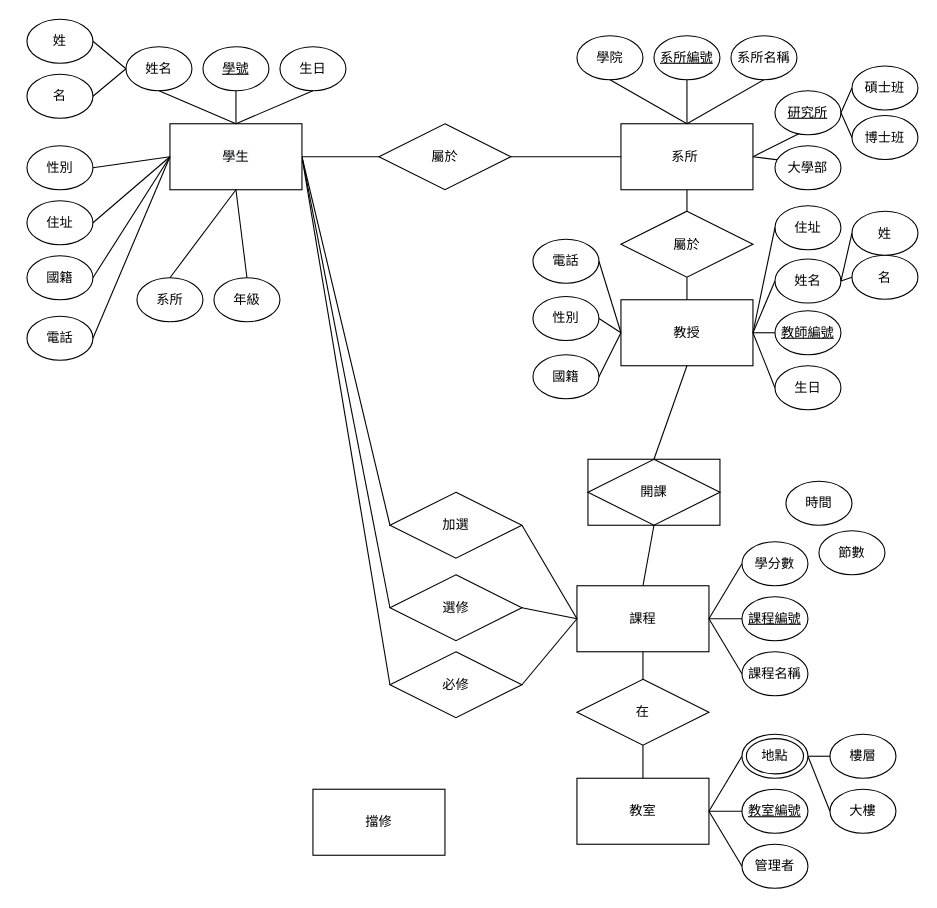
Above: BIG DATA ANALYTICS/HW.drawio in jack41402/FCU (draw.io), before the change. Source tidied: cells renumbered, new cells numbered last; positions are measured from the earlier drawing's top-left corner, leaving out a move shared by most shapes. Both pictures are drawn from the tidied source at 110%, with x=0, y=0 at pixel (26, 19).
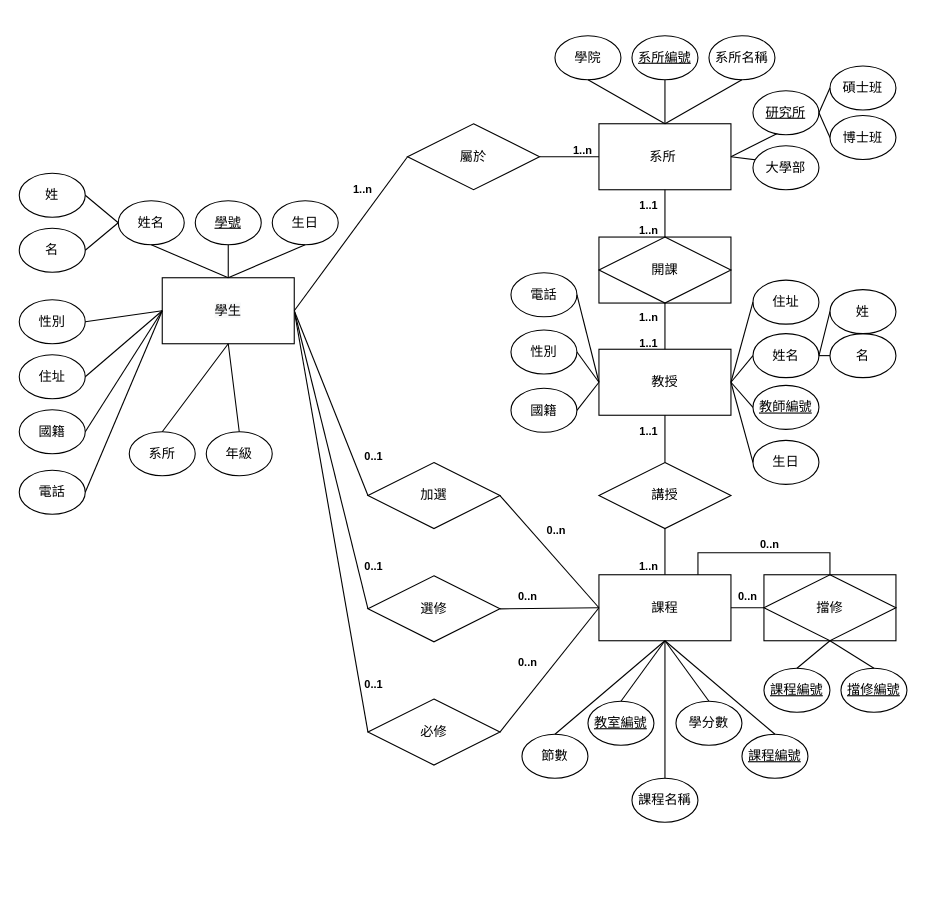
The same diagram, later.

What changed in the source:
```diff
@@
     <mxCell id="2" value="系所&amp;nbsp;" style="rounded=0;whiteSpace=wrap;html=1;" parent="1" vertex="1">
-      <mxGeometry x="540" y="95" width="120" height="60" as="geometry" />
+      <mxGeometry x="520" y="95" width="120" height="60" as="geometry" />
     </mxCell>
     <mxCell id="3" value="教授" style="rounded=0;whiteSpace=wrap;html=1;" parent="1" vertex="1">
-      <mxGeometry x="540" y="255" width="120" height="60" as="geometry" />
+      <mxGeometry x="520" y="300" width="120" height="60" as="geometry" />
     </mxCell>
-    <mxCell id="4" value="開課" style="shape=associativeEntity;whiteSpace=wrap;html=1;align=center;" parent="1" vertex="1">
-      <mxGeometry x="510" y="400" width="120" height="60" as="geometry" />
-    </mxCell>
-    <mxCell id="5" value="教室" style="rounded=0;whiteSpace=wrap;html=1;" parent="1" vertex="1">
-      <mxGeometry x="500" y="690" width="120" height="60" as="geometry" />
-    </mxCell>
-    <mxCell id="6" style="endArrow=none;html=1;rounded=0;entryX=0.5;entryY=1;entryDx=0;entryDy=0;exitX=0.5;exitY=0;exitDx=0;exitDy=0;" parent="1" edge="1" source="61" target="2">
+    <mxCell id="6" style="endArrow=none;html=1;rounded=0;entryX=0.5;entryY=1;entryDx=0;entryDy=0;exitX=0.5;exitY=0;exitDx=0;exitDy=0;" parent="1" edge="1" source="4" target="2">
       <mxGeometry relative="1" as="geometry" />
     </mxCell>
-    <mxCell id="7" style="endArrow=none;html=1;rounded=0;exitX=0.5;exitY=0;exitDx=0;exitDy=0;entryX=0.5;entryY=1;entryDx=0;entryDy=0;" parent="1" edge="1" source="4" target="3">
+    <mxCell id="7" style="endArrow=none;html=1;rounded=0;entryX=0.5;entryY=1;entryDx=0;entryDy=0;exitX=0.5;exitY=0;exitDx=0;exitDy=0;" parent="1" edge="1" source="105" target="3">
       <mxGeometry relative="1" as="geometry" />
     </mxCell>
     <mxCell id="8" value="選修" style="rhombus;whiteSpace=wrap;html=1;" parent="1" vertex="1">
-      <mxGeometry x="330" y="505" width="120" height="60" as="geometry" />
+      <mxGeometry x="310" y="506" width="120" height="60" as="geometry" />
     </mxCell>
     <mxCell id="9" value="學院" style="ellipse;whiteSpace=wrap;html=1;" parent="1" vertex="1">
-      <mxGeometry x="500" y="15" width="60" height="40" as="geometry" />
+      <mxGeometry x="480" y="15" width="60" height="40" as="geometry" />
     </mxCell>
     <mxCell id="10" value="姓名" style="ellipse;whiteSpace=wrap;html=1;" parent="1" vertex="1">
-      <mxGeometry x="680" y="218" width="60" height="40" as="geometry" />
+      <mxGeometry x="660" y="285.8" width="60" height="40" as="geometry" />
     </mxCell>
     <mxCell id="11" value="名" style="ellipse;whiteSpace=wrap;html=1;" parent="1" vertex="1">
-      <mxGeometry x="750" y="214.5" width="60" height="40" as="geometry" />
+      <mxGeometry x="730" y="285.8" width="60" height="40" as="geometry" />
     </mxCell>
     <mxCell id="12" value="姓" style="ellipse;whiteSpace=wrap;html=1;" parent="1" vertex="1">
-      <mxGeometry x="750" y="174.5" width="60" height="40" as="geometry" />
+      <mxGeometry x="730" y="245.8" width="60" height="40" as="geometry" />
     </mxCell>
@@
     <mxCell id="15" style="endArrow=none;html=1;rounded=0;entryX=1;entryY=0.5;entryDx=0;entryDy=0;" parent="1" edge="1" target="82">
       <mxGeometry relative="1" as="geometry">
-        <mxPoint x="660" y="125" as="sourcePoint" />
+        <mxPoint x="640" y="125" as="sourcePoint" />
       </mxGeometry>
     </mxCell>
     <mxCell id="16" style="endArrow=none;html=1;rounded=0;entryX=1;entryY=0.5;entryDx=0;entryDy=0;" parent="1" edge="1" target="81">
       <mxGeometry relative="1" as="geometry">
-        <mxPoint x="660" y="125" as="sourcePoint" />
+        <mxPoint x="640" y="125" as="sourcePoint" />
       </mxGeometry>
     </mxCell>
@@
     <mxCell id="18" value="&lt;u&gt;教師編號&lt;/u&gt;" style="ellipse;whiteSpace=wrap;html=1;" parent="1" vertex="1">
-      <mxGeometry x="680" y="265" width="60" height="40" as="geometry" />
+      <mxGeometry x="660" y="332.8" width="60" height="40" as="geometry" />
     </mxCell>
     <mxCell id="19" value="生日" style="ellipse;whiteSpace=wrap;html=1;" parent="1" vertex="1">
-      <mxGeometry x="680" y="315" width="60" height="40" as="geometry" />
+      <mxGeometry x="660" y="382.8" width="60" height="40" as="geometry" />
     </mxCell>
     <mxCell id="20" value="性別" style="ellipse;whiteSpace=wrap;html=1;" parent="1" vertex="1">
-      <mxGeometry x="460" y="252" width="60" height="40" as="geometry" />
+      <mxGeometry x="440" y="282.5" width="60" height="40" as="geometry" />
     </mxCell>
     <mxCell id="21" value="住址" style="ellipse;whiteSpace=wrap;html=1;" parent="1" vertex="1">
-      <mxGeometry x="680" y="169.5" width="60" height="40" as="geometry" />
+      <mxGeometry x="660" y="237.2" width="60" height="40" as="geometry" />
     </mxCell>
     <mxCell id="22" value="國籍" style="ellipse;whiteSpace=wrap;html=1;" parent="1" vertex="1">
-      <mxGeometry x="460" y="305" width="60" height="40" as="geometry" />
+      <mxGeometry x="440" y="335.5" width="60" height="40" as="geometry" />
     </mxCell>
@@
     <mxCell id="29" value="課程" style="rounded=0;whiteSpace=wrap;html=1;" parent="1" vertex="1">
-      <mxGeometry x="500" y="515" width="120" height="60" as="geometry" />
+      <mxGeometry x="520" y="505" width="120" height="60" as="geometry" />
     </mxCell>
@@
-    <mxCell id="32" value="在" style="rhombus;whiteSpace=wrap;html=1;" parent="1" vertex="1">
-      <mxGeometry x="500" y="600" width="120" height="60" as="geometry" />
-    </mxCell>
-    <mxCell id="33" style="endArrow=none;html=1;rounded=0;entryX=0.5;entryY=1;entryDx=0;entryDy=0;exitX=0.5;exitY=0;exitDx=0;exitDy=0;" parent="1" edge="1" source="32" target="29">
-      <mxGeometry relative="1" as="geometry" />
-    </mxCell>
-    <mxCell id="34" style="endArrow=none;html=1;rounded=0;entryX=0.5;entryY=1;entryDx=0;entryDy=0;exitX=0.5;exitY=0;exitDx=0;exitDy=0;" parent="1" edge="1" source="5" target="32">
-      <mxGeometry relative="1" as="geometry" />
-    </mxCell>
-    <mxCell id="35" value="大樓" style="ellipse;whiteSpace=wrap;html=1;" parent="1" vertex="1">
-      <mxGeometry x="730" y="700" width="60" height="40" as="geometry" />
-    </mxCell>
-    <mxCell id="36" value="樓層" style="ellipse;whiteSpace=wrap;html=1;" parent="1" vertex="1">
-      <mxGeometry x="730" y="650" width="60" height="40" as="geometry" />
-    </mxCell>
     <mxCell id="37" value="&lt;u&gt;教室編號&lt;/u&gt;" style="ellipse;whiteSpace=wrap;html=1;" parent="1" vertex="1">
-      <mxGeometry x="650" y="700" width="60" height="40" as="geometry" />
+      <mxGeometry x="510" y="620" width="60" height="40" as="geometry" />
     </mxCell>
     <mxCell id="38" value="&lt;u&gt;課程編號&lt;/u&gt;" style="ellipse;whiteSpace=wrap;html=1;" parent="1" vertex="1">
-      <mxGeometry x="650" y="525" width="60" height="40" as="geometry" />
+      <mxGeometry x="650" y="650" width="60" height="40" as="geometry" />
     </mxCell>
     <mxCell id="39" value="&lt;u&gt;系所編號&lt;/u&gt;" style="ellipse;whiteSpace=wrap;html=1;" parent="1" vertex="1">
-      <mxGeometry x="570" y="15" width="60" height="40" as="geometry" />
+      <mxGeometry x="550" y="15" width="60" height="40" as="geometry" />
     </mxCell>
     <mxCell id="40" value="電話" style="ellipse;whiteSpace=wrap;html=1;" parent="1" vertex="1">
-      <mxGeometry x="460" y="200" width="60" height="40" as="geometry" />
+      <mxGeometry x="440" y="230.5" width="60" height="40" as="geometry" />
     </mxCell>
@@
-    <mxCell id="42" style="endArrow=none;html=1;rounded=0;entryX=1;entryY=0.5;entryDx=0;entryDy=0;exitX=0;exitY=0.5;exitDx=0;exitDy=0;" parent="1" edge="1" source="63" target="5">
-      <mxGeometry relative="1" as="geometry" />
-    </mxCell>
-    <mxCell id="43" style="endArrow=none;html=1;rounded=0;entryX=1;entryY=0.5;entryDx=0;entryDy=0;exitX=0;exitY=0.5;exitDx=0;exitDy=0;" parent="1" edge="1" source="37" target="5">
+    <mxCell id="43" style="endArrow=none;html=1;rounded=0;entryX=0.5;entryY=1;entryDx=0;entryDy=0;exitX=0.5;exitY=0;exitDx=0;exitDy=0;" parent="1" edge="1" source="37" target="29">
       <mxGeometry relative="1" as="geometry" />
     </mxCell>
-    <mxCell id="44" style="endArrow=none;html=1;rounded=0;entryX=1;entryY=0.5;entryDx=0;entryDy=0;exitX=0;exitY=0.5;exitDx=0;exitDy=0;" parent="1" edge="1" source="36" target="63">
-      <mxGeometry relative="1" as="geometry" />
-    </mxCell>
-    <mxCell id="45" style="endArrow=none;html=1;rounded=0;entryX=1;entryY=0.5;entryDx=0;entryDy=0;exitX=0;exitY=0.5;exitDx=0;exitDy=0;" parent="1" edge="1" source="35" target="63">
-      <mxGeometry relative="1" as="geometry" />
-    </mxCell>
-    <mxCell id="46" style="endArrow=none;html=1;rounded=0;exitX=1;exitY=0.5;exitDx=0;exitDy=0;entryX=0;entryY=0.5;entryDx=0;entryDy=0;" parent="1" edge="1" source="29" target="38">
+    <mxCell id="46" style="endArrow=none;html=1;rounded=0;exitX=0.5;exitY=1;exitDx=0;exitDy=0;entryX=0.5;entryY=0;entryDx=0;entryDy=0;" parent="1" edge="1" source="29" target="38">
       <mxGeometry relative="1" as="geometry" />
     </mxCell>
@@
     <mxCell id="48" value="必修" style="rhombus;whiteSpace=wrap;html=1;" parent="1" vertex="1">
-      <mxGeometry x="330" y="575" width="120" height="60" as="geometry" />
+      <mxGeometry x="310" y="618" width="120" height="60" as="geometry" />
     </mxCell>
@@
-    <mxCell id="51" style="endArrow=none;html=1;rounded=0;entryX=0.5;entryY=1;entryDx=0;entryDy=0;exitX=0.5;exitY=0;exitDx=0;exitDy=0;" parent="1" edge="1" source="29" target="4">
-      <mxGeometry relative="1" as="geometry" />
-    </mxCell>
     <mxCell id="52" value="加選" style="rhombus;whiteSpace=wrap;html=1;" parent="1" vertex="1">
-      <mxGeometry x="330" y="430" width="120" height="60" as="geometry" />
+      <mxGeometry x="310" y="403" width="120" height="60" as="geometry" />
     </mxCell>
@@
-    <mxCell id="55" value="管理者" style="ellipse;whiteSpace=wrap;html=1;" parent="1" vertex="1">
-      <mxGeometry x="650" y="750" width="60" height="40" as="geometry" />
-    </mxCell>
-    <mxCell id="56" style="endArrow=none;html=1;rounded=0;entryX=1;entryY=0.5;entryDx=0;entryDy=0;exitX=0;exitY=0.5;exitDx=0;exitDy=0;" parent="1" edge="1" source="55" target="5">
-      <mxGeometry relative="1" as="geometry" />
-    </mxCell>
     <mxCell id="57" value="系所名稱" style="ellipse;whiteSpace=wrap;html=1;" parent="1" vertex="1">
-      <mxGeometry x="640" y="15" width="60" height="40" as="geometry" />
+      <mxGeometry x="620" y="15" width="60" height="40" as="geometry" />
     </mxCell>
@@
     <mxCell id="59" value="課程名稱" style="ellipse;whiteSpace=wrap;html=1;" parent="1" vertex="1">
-      <mxGeometry x="650" y="575" width="60" height="40" as="geometry" />
+      <mxGeometry x="550" y="690" width="60" height="40" as="geometry" />
     </mxCell>
-    <mxCell id="60" value="擋修" style="rounded=0;whiteSpace=wrap;html=1;" parent="1" vertex="1">
-      <mxGeometry x="260" y="700" width="120" height="60" as="geometry" />
-    </mxCell>
-    <mxCell id="61" value="屬於" style="rhombus;whiteSpace=wrap;html=1;" parent="1" vertex="1">
-      <mxGeometry x="540" y="174.5" width="120" height="60" as="geometry" />
-    </mxCell>
-    <mxCell id="62" style="endArrow=none;html=1;rounded=0;entryX=0.5;entryY=0;entryDx=0;entryDy=0;exitX=0.5;exitY=1;exitDx=0;exitDy=0;" parent="1" edge="1" source="61" target="3">
+    <mxCell id="62" style="endArrow=none;html=1;rounded=0;entryX=0.5;entryY=0;entryDx=0;entryDy=0;exitX=0.5;exitY=1;exitDx=0;exitDy=0;" parent="1" edge="1" source="4" target="3">
       <mxGeometry relative="1" as="geometry" />
     </mxCell>
-    <mxCell id="63" value="地點" style="ellipse;shape=doubleEllipse;whiteSpace=wrap;html=1;" parent="1" vertex="1">
-      <mxGeometry x="650" y="650" width="60" height="40" as="geometry" />
-    </mxCell>
-    <mxCell id="64" style="endArrow=none;html=1;rounded=0;exitX=1;exitY=0.5;exitDx=0;exitDy=0;entryX=0;entryY=0.5;entryDx=0;entryDy=0;" parent="1" edge="1" source="29" target="59">
+    <mxCell id="64" style="endArrow=none;html=1;rounded=0;exitX=0.5;exitY=1;exitDx=0;exitDy=0;entryX=0.5;entryY=0;entryDx=0;entryDy=0;" parent="1" edge="1" source="29" target="65">
       <mxGeometry relative="1" as="geometry" />
     </mxCell>
     <mxCell id="65" value="學分數" style="ellipse;whiteSpace=wrap;html=1;" parent="1" vertex="1">
-      <mxGeometry x="650" y="475" width="60" height="40" as="geometry" />
+      <mxGeometry x="590" y="620" width="60" height="40" as="geometry" />
     </mxCell>
-    <mxCell id="66" style="endArrow=none;html=1;rounded=0;entryX=0;entryY=0.5;entryDx=0;entryDy=0;exitX=1;exitY=0.5;exitDx=0;exitDy=0;" parent="1" edge="1" source="29" target="65">
+    <mxCell id="66" style="endArrow=none;html=1;rounded=0;entryX=0.5;entryY=0;entryDx=0;entryDy=0;exitX=0.5;exitY=1;exitDx=0;exitDy=0;" parent="1" edge="1" source="29" target="59">
       <mxGeometry relative="1" as="geometry" />
     </mxCell>
     <mxCell id="67" style="group;" parent="1" vertex="1">
-      <mxGeometry width="290" height="310" as="geometry" />
+      <mxGeometry x="-7" y="140" width="290" height="310" as="geometry" />
     </mxCell>
@@
     <mxCell id="81" value="研究所" style="ellipse;whiteSpace=wrap;html=1;fontStyle=4;" parent="1" vertex="1">
-      <mxGeometry x="680" y="65" width="60" height="40" as="geometry" />
+      <mxGeometry x="660" y="65" width="60" height="40" as="geometry" />
     </mxCell>
     <mxCell id="82" value="大學部" style="ellipse;whiteSpace=wrap;html=1;" parent="1" vertex="1">
-      <mxGeometry x="680" y="115" width="60" height="40" as="geometry" />
+      <mxGeometry x="660" y="115" width="60" height="40" as="geometry" />
     </mxCell>
     <mxCell id="83" value="碩士班" style="ellipse;whiteSpace=wrap;html=1;" parent="1" vertex="1">
-      <mxGeometry x="750" y="42.5" width="60" height="40" as="geometry" />
+      <mxGeometry x="730" y="42.5" width="60" height="40" as="geometry" />
     </mxCell>
     <mxCell id="84" value="博士班" style="ellipse;whiteSpace=wrap;html=1;" parent="1" vertex="1">
-      <mxGeometry x="750" y="87.5" width="60" height="40" as="geometry" />
+      <mxGeometry x="730" y="87.5" width="60" height="40" as="geometry" />
     </mxCell>
@@
     <mxCell id="87" value="&lt;span style=&quot;color: rgb(0, 0, 0); font-family: Helvetica; font-size: 12px; font-style: normal; font-variant-ligatures: normal; font-variant-caps: normal; font-weight: 400; letter-spacing: normal; orphans: 2; text-align: center; text-indent: 0px; text-transform: none; widows: 2; word-spacing: 0px; -webkit-text-stroke-width: 0px; background-color: rgb(248, 249, 250); text-decoration-thickness: initial; text-decoration-style: initial; text-decoration-color: initial; float: none; display: inline !important;&quot;&gt;學生&lt;/span&gt;&lt;br&gt;" style="rounded=0;whiteSpace=wrap;html=1;" parent="1" vertex="1">
-      <mxGeometry x="130" y="95" width="120" height="60" as="geometry" />
+      <mxGeometry x="123" y="235" width="120" height="60" as="geometry" />
     </mxCell>
@@
     <mxCell id="97" value="屬於" style="rhombus;whiteSpace=wrap;html=1;" parent="1" vertex="1">
-      <mxGeometry x="320" y="95" width="120" height="60" as="geometry" />
+      <mxGeometry x="346" y="95" width="120" height="60" as="geometry" />
     </mxCell>
@@
-    <mxCell id="100" value="時間" style="ellipse;whiteSpace=wrap;html=1;" parent="1" vertex="1">
-      <mxGeometry x="690" y="420" width="60" height="40" as="geometry" />
-    </mxCell>
     <mxCell id="101" value="節數" style="ellipse;whiteSpace=wrap;html=1;" parent="1" vertex="1">
-      <mxGeometry x="720" y="465" width="60" height="40" as="geometry" />
+      <mxGeometry x="450" y="650" width="60" height="40" as="geometry" />
     </mxCell>
+    <mxCell id="4" value="開課" style="shape=associativeEntity;whiteSpace=wrap;html=1;align=center;" parent="1" vertex="1">
+      <mxGeometry x="520" y="198" width="120" height="60" as="geometry" />
+    </mxCell>
+    <mxCell id="102" style="endArrow=none;html=1;rounded=0;exitX=0.5;exitY=0;exitDx=0;exitDy=0;entryX=0.5;entryY=1;entryDx=0;entryDy=0;" parent="1" edge="1" source="101" target="29">
+      <mxGeometry relative="1" as="geometry" />
+    </mxCell>
+    <mxCell id="60" value="擋修" style="shape=associativeEntity;whiteSpace=wrap;html=1;align=center;" parent="1" vertex="1">
+      <mxGeometry x="670" y="505" width="120" height="60" as="geometry" />
+    </mxCell>
+    <mxCell id="103" style="endArrow=none;html=1;rounded=0;entryX=0;entryY=0.5;entryDx=0;entryDy=0;exitX=1;exitY=0.5;exitDx=0;exitDy=0;" parent="1" edge="1" source="29" target="60">
+      <mxGeometry relative="1" as="geometry" />
+    </mxCell>
+    <mxCell id="104" style="endArrow=none;html=1;rounded=0;exitX=0.75;exitY=0;exitDx=0;exitDy=0;entryX=0.5;entryY=0;entryDx=0;entryDy=0;" parent="1" edge="1" source="29" target="60">
+      <mxGeometry relative="1" as="geometry">
+        <Array as="points">
+          <mxPoint x="610" y="485" />
+          <mxPoint x="730" y="485" />
+        </Array>
+      </mxGeometry>
+    </mxCell>
+    <mxCell id="105" value="講授" style="rhombus;whiteSpace=wrap;html=1;" parent="1" vertex="1">
+      <mxGeometry x="520" y="403" width="120" height="60" as="geometry" />
+    </mxCell>
+    <mxCell id="106" style="endArrow=none;html=1;rounded=0;exitX=0.5;exitY=1;exitDx=0;exitDy=0;entryX=0.5;entryY=0;entryDx=0;entryDy=0;" parent="1" edge="1" source="105" target="29">
+      <mxGeometry relative="1" as="geometry" />
+    </mxCell>
+    <mxCell id="107" value="&lt;font style=&quot;font-size: 10px;&quot;&gt;0..n&lt;/font&gt;" style="text;strokeColor=none;fillColor=none;html=1;fontSize=24;fontStyle=1;verticalAlign=middle;align=center;" parent="1" vertex="1">
+      <mxGeometry x="660" y="463" width="30" height="20" as="geometry" />
+    </mxCell>
+    <mxCell id="108" value="&lt;font style=&quot;font-size: 10px;&quot;&gt;0..n&lt;/font&gt;" style="text;strokeColor=none;fillColor=none;html=1;fontSize=24;fontStyle=1;verticalAlign=middle;align=center;" parent="1" vertex="1">
+      <mxGeometry x="650" y="510" width="10" height="20" as="geometry" />
+    </mxCell>
+    <mxCell id="109" value="&lt;u&gt;課程編號&lt;/u&gt;" style="ellipse;whiteSpace=wrap;html=1;" parent="1" vertex="1">
+      <mxGeometry x="670" y="590" width="60" height="40" as="geometry" />
+    </mxCell>
+    <mxCell id="110" style="endArrow=none;html=1;rounded=0;fontSize=10;entryX=0.5;entryY=1;entryDx=0;entryDy=0;exitX=0.5;exitY=0;exitDx=0;exitDy=0;" parent="1" edge="1" source="109" target="60">
+      <mxGeometry relative="1" as="geometry" />
+    </mxCell>
+    <mxCell id="111" value="&lt;u&gt;擋修編號&lt;/u&gt;" style="ellipse;whiteSpace=wrap;html=1;" parent="1" vertex="1">
+      <mxGeometry x="740" y="590" width="60" height="40" as="geometry" />
+    </mxCell>
+    <mxCell id="112" style="endArrow=none;html=1;rounded=0;fontSize=10;entryX=0.5;entryY=1;entryDx=0;entryDy=0;exitX=0.5;exitY=0;exitDx=0;exitDy=0;" parent="1" edge="1" source="111" target="60">
+      <mxGeometry relative="1" as="geometry" />
+    </mxCell>
+    <mxCell id="113" value="&lt;font style=&quot;font-size: 10px;&quot;&gt;0..1&lt;/font&gt;" style="text;strokeColor=none;fillColor=none;html=1;fontSize=24;fontStyle=1;verticalAlign=middle;align=center;" parent="1" vertex="1">
+      <mxGeometry x="300" y="383" width="30" height="20" as="geometry" />
+    </mxCell>
+    <mxCell id="114" value="&lt;font style=&quot;font-size: 10px;&quot;&gt;0..1&lt;/font&gt;" style="text;strokeColor=none;fillColor=none;html=1;fontSize=24;fontStyle=1;verticalAlign=middle;align=center;" parent="1" vertex="1">
+      <mxGeometry x="300" y="590" width="30" height="20" as="geometry" />
+    </mxCell>
+    <mxCell id="115" value="&lt;font style=&quot;font-size: 10px;&quot;&gt;0..1&lt;/font&gt;" style="text;strokeColor=none;fillColor=none;html=1;fontSize=24;fontStyle=1;verticalAlign=middle;align=center;" parent="1" vertex="1">
+      <mxGeometry x="300" y="483" width="30" height="20" as="geometry" />
+    </mxCell>
+    <mxCell id="116" value="&lt;font style=&quot;font-size: 10px;&quot;&gt;0..n&lt;/font&gt;" style="text;strokeColor=none;fillColor=none;html=1;fontSize=24;fontStyle=1;verticalAlign=middle;align=center;" parent="1" vertex="1">
+      <mxGeometry x="440" y="510" width="30" height="20" as="geometry" />
+    </mxCell>
+    <mxCell id="117" value="&lt;font style=&quot;font-size: 10px;&quot;&gt;0..n&lt;/font&gt;" style="text;strokeColor=none;fillColor=none;html=1;fontSize=24;fontStyle=1;verticalAlign=middle;align=center;" parent="1" vertex="1">
+      <mxGeometry x="466" y="450" width="30" height="20" as="geometry" />
+    </mxCell>
+    <mxCell id="118" value="&lt;font style=&quot;font-size: 10px;&quot;&gt;0..n&lt;/font&gt;" style="text;strokeColor=none;fillColor=none;html=1;fontSize=24;fontStyle=1;verticalAlign=middle;align=center;" parent="1" vertex="1">
+      <mxGeometry x="440" y="570" width="30" height="20" as="geometry" />
+    </mxCell>
+    <mxCell id="119" value="&lt;font style=&quot;font-size: 10px;&quot;&gt;1..1&lt;/font&gt;" style="text;strokeColor=none;fillColor=none;html=1;fontSize=24;fontStyle=1;verticalAlign=middle;align=center;" parent="1" vertex="1">
+      <mxGeometry x="550" y="155" width="30" height="20" as="geometry" />
+    </mxCell>
+    <mxCell id="120" value="&lt;font style=&quot;font-size: 10px;&quot;&gt;1..n&lt;/font&gt;" style="text;strokeColor=none;fillColor=none;html=1;fontSize=24;fontStyle=1;verticalAlign=middle;align=center;" parent="1" vertex="1">
+      <mxGeometry x="550" y="178" width="30" height="20" as="geometry" />
+    </mxCell>
+    <mxCell id="121" value="&lt;font style=&quot;font-size: 10px;&quot;&gt;1..n&lt;/font&gt;" style="text;strokeColor=none;fillColor=none;html=1;fontSize=24;fontStyle=1;verticalAlign=middle;align=center;" parent="1" vertex="1">
+      <mxGeometry x="550" y="257.2" width="30" height="20" as="geometry" />
+    </mxCell>
+    <mxCell id="122" value="&lt;font style=&quot;font-size: 10px;&quot;&gt;1..n&lt;/font&gt;" style="text;strokeColor=none;fillColor=none;html=1;fontSize=24;fontStyle=1;verticalAlign=middle;align=center;" parent="1" vertex="1">
+      <mxGeometry x="550" y="483" width="30" height="20" as="geometry" />
+    </mxCell>
+    <mxCell id="123" value="&lt;font style=&quot;font-size: 10px;&quot;&gt;1..1&lt;/font&gt;" style="text;strokeColor=none;fillColor=none;html=1;fontSize=24;fontStyle=1;verticalAlign=middle;align=center;" parent="1" vertex="1">
+      <mxGeometry x="550" y="360" width="30" height="20" as="geometry" />
+    </mxCell>
+    <mxCell id="124" value="&lt;font style=&quot;font-size: 10px;&quot;&gt;1..1&lt;/font&gt;" style="text;strokeColor=none;fillColor=none;html=1;fontSize=24;fontStyle=1;verticalAlign=middle;align=center;" parent="1" vertex="1">
+      <mxGeometry x="550" y="280" width="30" height="20" as="geometry" />
+    </mxCell>
+    <mxCell id="125" value="&lt;font style=&quot;font-size: 10px;&quot;&gt;1..n&lt;/font&gt;" style="text;strokeColor=none;fillColor=none;html=1;fontSize=24;fontStyle=1;verticalAlign=middle;align=center;" parent="1" vertex="1">
+      <mxGeometry x="290" y="140" width="30" height="20" as="geometry" />
+    </mxCell>
+    <mxCell id="126" value="&lt;font style=&quot;font-size: 10px;&quot;&gt;1..n&lt;/font&gt;" style="text;strokeColor=none;fillColor=none;html=1;fontSize=24;fontStyle=1;verticalAlign=middle;align=center;" parent="1" vertex="1">
+      <mxGeometry x="490" y="105" width="30" height="20" as="geometry" />
+    </mxCell>
```
